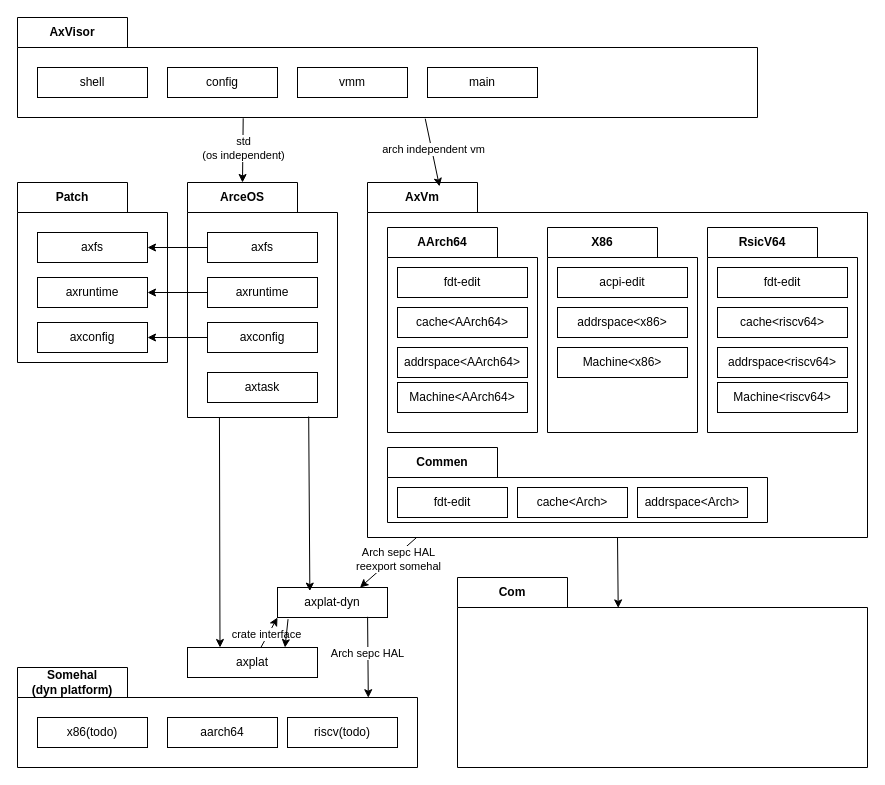
Before: doc/changelog/v0.3.0/layout.dio in arceos-hypervisor/axvisor, a draw.io diagram. Source tidied: cells renumbered, new cells numbered last; positions are measured from the earlier drawing's top-left corner, leaving out a move shared by most shapes. Both pictures are drawn from the tidied source at 100%, with x=0, y=0 at pixel (17, 17).
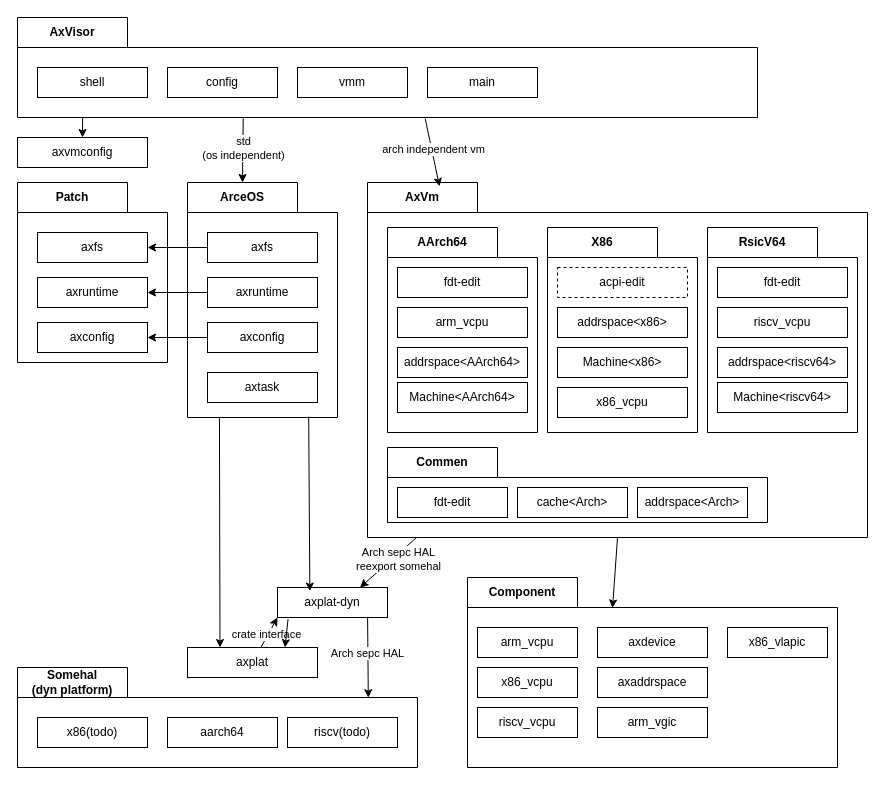
The same diagram, later.

Commit message:
feat: 更新 changelog 布局，添加虚拟 CPU 组件

Unchanged cells that the change refers to:
```xml
<mxCell id="15" value="AxVisor" style="shape=folder;fontStyle=1;tabWidth=110;tabHeight=30;tabPosition=left;html=1;boundedLbl=1;labelInHeader=1;whiteSpace=wrap;" parent="1" vertex="1">
  <mxGeometry width="740" height="100" as="geometry" />
</mxCell>
<mxCell id="39" value="AArch64" style="shape=folder;fontStyle=1;tabWidth=110;tabHeight=30;tabPosition=left;html=1;boundedLbl=1;labelInHeader=1;whiteSpace=wrap;" parent="34" vertex="1">
  <mxGeometry x="20" y="45" width="150" height="205" as="geometry" />
</mxCell>
<mxCell id="44" value="X86" style="shape=folder;fontStyle=1;tabWidth=110;tabHeight=30;tabPosition=left;html=1;boundedLbl=1;labelInHeader=1;whiteSpace=wrap;" parent="34" vertex="1">
  <mxGeometry x="180" y="45" width="150" height="205" as="geometry" />
</mxCell>
<mxCell id="48" value="RsicV64" style="shape=folder;fontStyle=1;tabWidth=110;tabHeight=30;tabPosition=left;html=1;boundedLbl=1;labelInHeader=1;whiteSpace=wrap;" parent="34" vertex="1">
  <mxGeometry x="340" y="45" width="150" height="205" as="geometry" />
</mxCell>
```

Change to the diagram source:
```diff
@@
+    <mxCell id="59" style="edgeStyle=none;html=1;entryX=0.5;entryY=0;entryDx=0;entryDy=0;exitX=0.088;exitY=1.003;exitDx=0;exitDy=0;exitPerimeter=0;" parent="1" edge="1" source="15" target="68">
+      <mxGeometry relative="1" as="geometry" />
+    </mxCell>
@@
-    <mxCell id="41" value="cache&amp;lt;AArch64&amp;gt;" style="html=1;whiteSpace=wrap;" parent="39" vertex="1">
+    <mxCell id="41" value="arm_vcpu" style="html=1;whiteSpace=wrap;" parent="39" vertex="1">
       <mxGeometry x="10" y="80" width="130" height="30" as="geometry" />
     </mxCell>
@@
-    <mxCell id="45" value="acpi-edit" style="html=1;whiteSpace=wrap;" parent="44" vertex="1">
+    <mxCell id="45" value="acpi-edit" style="html=1;whiteSpace=wrap;dashed=1;" parent="44" vertex="1">
       <mxGeometry x="10" y="40" width="130" height="30" as="geometry" />
     </mxCell>
@@
+    <mxCell id="60" value="x86_vcpu" style="html=1;whiteSpace=wrap;" parent="44" vertex="1">
+      <mxGeometry x="10" y="160" width="130" height="30" as="geometry" />
+    </mxCell>
@@
-    <mxCell id="50" value="cache&amp;lt;riscv64&amp;gt;" style="html=1;whiteSpace=wrap;" parent="48" vertex="1">
+    <mxCell id="50" value="riscv_vcpu" style="html=1;whiteSpace=wrap;" parent="48" vertex="1">
       <mxGeometry x="10" y="80" width="130" height="30" as="geometry" />
     </mxCell>
@@
-    <mxCell id="57" value="Com" style="shape=folder;fontStyle=1;tabWidth=110;tabHeight=30;tabPosition=left;html=1;boundedLbl=1;labelInHeader=1;whiteSpace=wrap;" parent="1" vertex="1">
-      <mxGeometry x="440" y="560" width="410" height="190" as="geometry" />
+    <mxCell id="57" value="Component" style="shape=folder;fontStyle=1;tabWidth=110;tabHeight=30;tabPosition=left;html=1;boundedLbl=1;labelInHeader=1;whiteSpace=wrap;" parent="1" vertex="1">
+      <mxGeometry x="450" y="560" width="370" height="190" as="geometry" />
     </mxCell>
+    <mxCell id="61" value="arm_vcpu" style="html=1;whiteSpace=wrap;" parent="57" vertex="1">
+      <mxGeometry x="10" y="50" width="100" height="30" as="geometry" />
+    </mxCell>
+    <mxCell id="62" value="x86_vcpu" style="html=1;whiteSpace=wrap;" parent="57" vertex="1">
+      <mxGeometry x="10" y="90" width="100" height="30" as="geometry" />
+    </mxCell>
+    <mxCell id="63" value="riscv_vcpu" style="html=1;whiteSpace=wrap;" parent="57" vertex="1">
+      <mxGeometry x="10" y="130" width="100" height="30" as="geometry" />
+    </mxCell>
+    <mxCell id="64" value="axdevice" style="html=1;whiteSpace=wrap;" parent="57" vertex="1">
+      <mxGeometry x="130" y="50" width="110" height="30" as="geometry" />
+    </mxCell>
+    <mxCell id="65" value="axaddrspace" style="html=1;whiteSpace=wrap;" parent="57" vertex="1">
+      <mxGeometry x="130" y="90" width="110" height="30" as="geometry" />
+    </mxCell>
+    <mxCell id="66" value="arm_vgic" style="html=1;whiteSpace=wrap;" parent="57" vertex="1">
+      <mxGeometry x="130" y="130" width="110" height="30" as="geometry" />
+    </mxCell>
+    <mxCell id="67" value="x86_vlapic" style="html=1;whiteSpace=wrap;" parent="57" vertex="1">
+      <mxGeometry x="260" y="50" width="100" height="30" as="geometry" />
+    </mxCell>
@@
+    <mxCell id="68" value="axvmconfig" style="html=1;whiteSpace=wrap;" parent="1" vertex="1">
+      <mxGeometry y="120" width="130" height="30" as="geometry" />
+    </mxCell>
```
